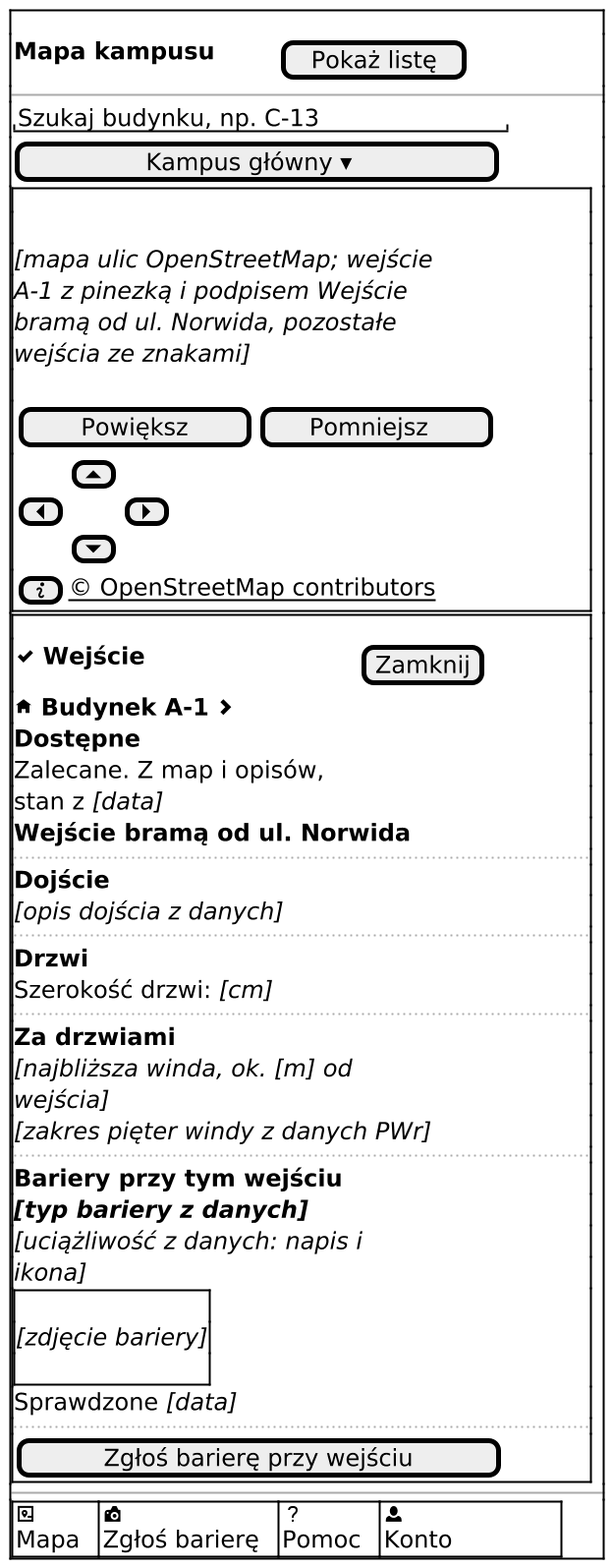
The PlantUML diagram docs/docs/_generated/m-v1-mapa-wejscie.png in dostepny-kampus/dostepny-kampus, before a commit.
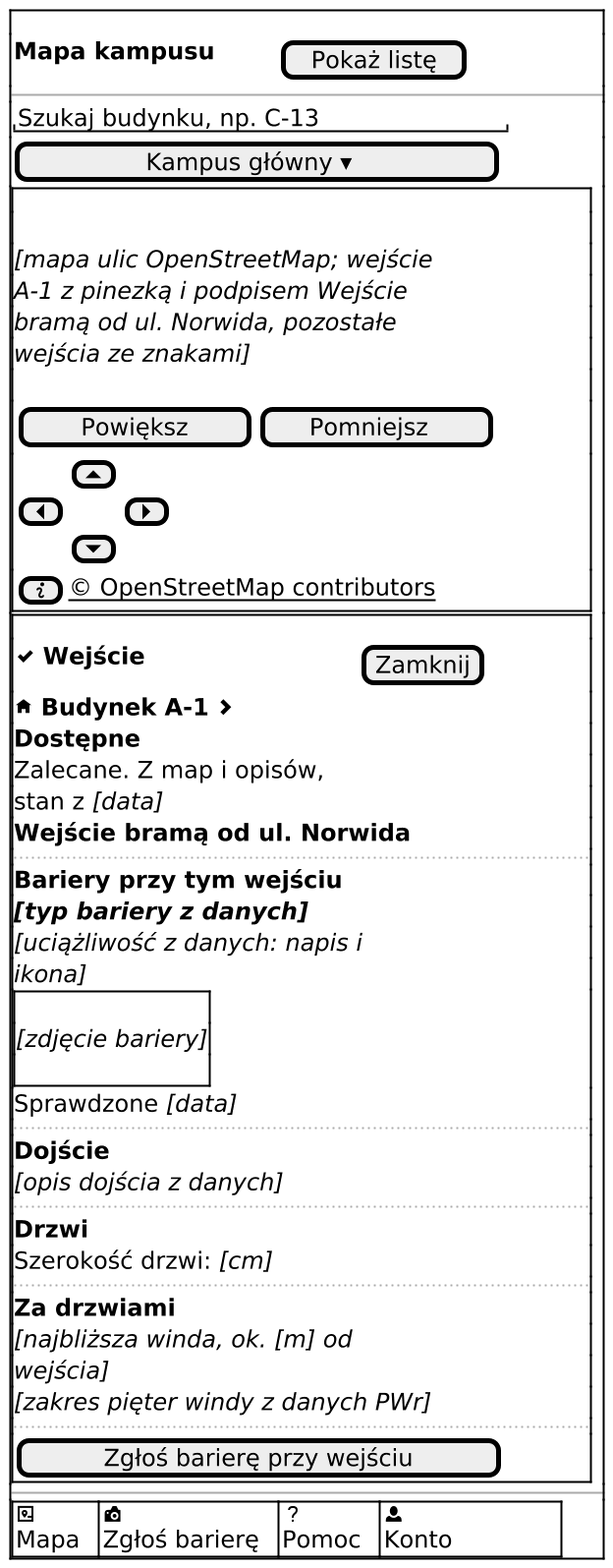
Above is the later version.

What changed in the source:
```diff
@@ -2,7 +2,8 @@
 ' V1 Mapa kampusu, arkusz wejścia zalecanego po „Pokaż wejście na mapie” z V2 albo po dotknięciu znaku
 ' wejścia (US2.1, US3.3). Arkusz nie ma czynności głównej: odpowiedź podała karta V2. Każde wejście ma ten
 ' sam układ części; innych wejść arkusz nie pokazuje, są na liście „Wejścia” karty V2. Wiersz budynku
-' pod nagłówkiem otwiera kartę V2; nagłówek nie powtarza budynku.
+' pod nagłówkiem otwiera kartę V2; nagłówek nie powtarza budynku. Bariery przy wejściu stoją zaraz pod
+' oznaczeniem, źródłem i nazwą, przed „Dojście”; bez barier tej części nie ma.
 !include _wspolne.iuml
 !include _odwiedzajacy.iuml
 $ekran_poczatek()
@@ -17,6 +18,11 @@
 Zalecane. Z map i opisów,
 stan z <i>[data]</i>
 <b>Wejście bramą od ul. Norwida</b>
+$sekcja("Bariery przy tym wejściu")
+<b><i>[typ bariery z danych]</i></b>
+$tekst("[uciążliwość z danych: napis i ikona]", "i")
+$obraz("zdjęcie bariery")
+Sprawdzone <i>[data]</i>
 $sekcja("Dojście")
 $tekst("[opis dojścia z danych]", "i")
 $sekcja("Drzwi")
@@ -24,11 +30,6 @@
 $sekcja("Za drzwiami")
 $tekst("[najbliższa winda, ok. [m] od wejścia]", "i")
 $tekst("[zakres pięter windy z danych PWr]", "i")
-$sekcja("Bariery przy tym wejściu")
-<b><i>[typ bariery z danych]</i></b>
-$tekst("[uciążliwość z danych: napis i ikona]", "i")
-$obraz("zdjęcie bariery")
-Sprawdzone <i>[data]</i>
 ..
 $przycisk("Zgłoś barierę przy wejściu")
 }
```
